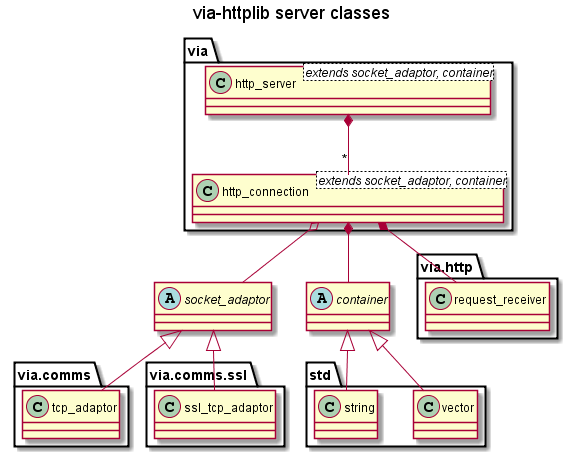
Earlier version of the PlantUML export docs/images/http_server_classes.png (kenba/via-httplib).
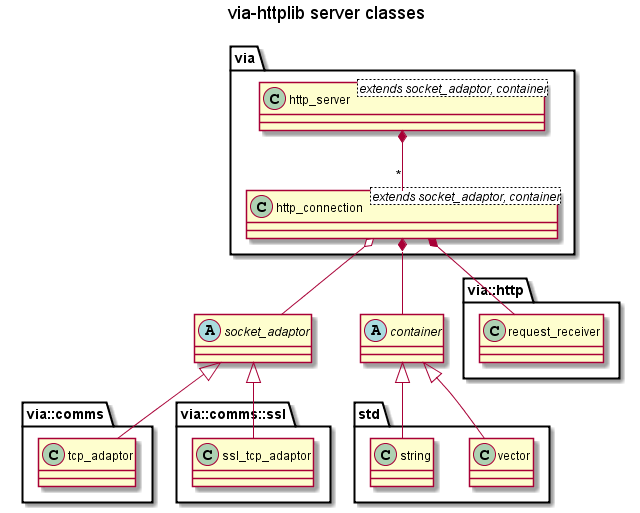
The same diagram one commit later.

The edit, as a diff of the source:
```diff
@@ -3,20 +3,22 @@
 
 title via-httplib server classes
 
-class via.http_server<extends socket_adaptor, container>
-via.http_server *-- "*" via.http_connection
+set namespaceSeparator ::
 
-class via.http_connection<extends socket_adaptor, container>
-via.http_connection o-- socket_adaptor
-via.http_connection *-- container
-via.http_connection *-- via.http.request_receiver
+class via::http_server<extends socket_adaptor, container>
+via::http_server *-- "*" via::http_connection
+
+class via::http_connection<extends socket_adaptor, container>
+via::http_connection o-- socket_adaptor
+via::http_connection *-- container
+via::http_connection *-- via::http::request_receiver
 
 abstract class socket_adaptor
-socket_adaptor <|-- via.comms.tcp_adaptor
-socket_adaptor <|-- via.comms.ssl.ssl_tcp_adaptor
+socket_adaptor <|-- via::comms::tcp_adaptor
+socket_adaptor <|-- via::comms::ssl::ssl_tcp_adaptor
 
 abstract class container
-container <|-- std.vector
-container <|-- std.string
+container <|-- std::vector
+container <|-- std::string
 
 @enduml
```
